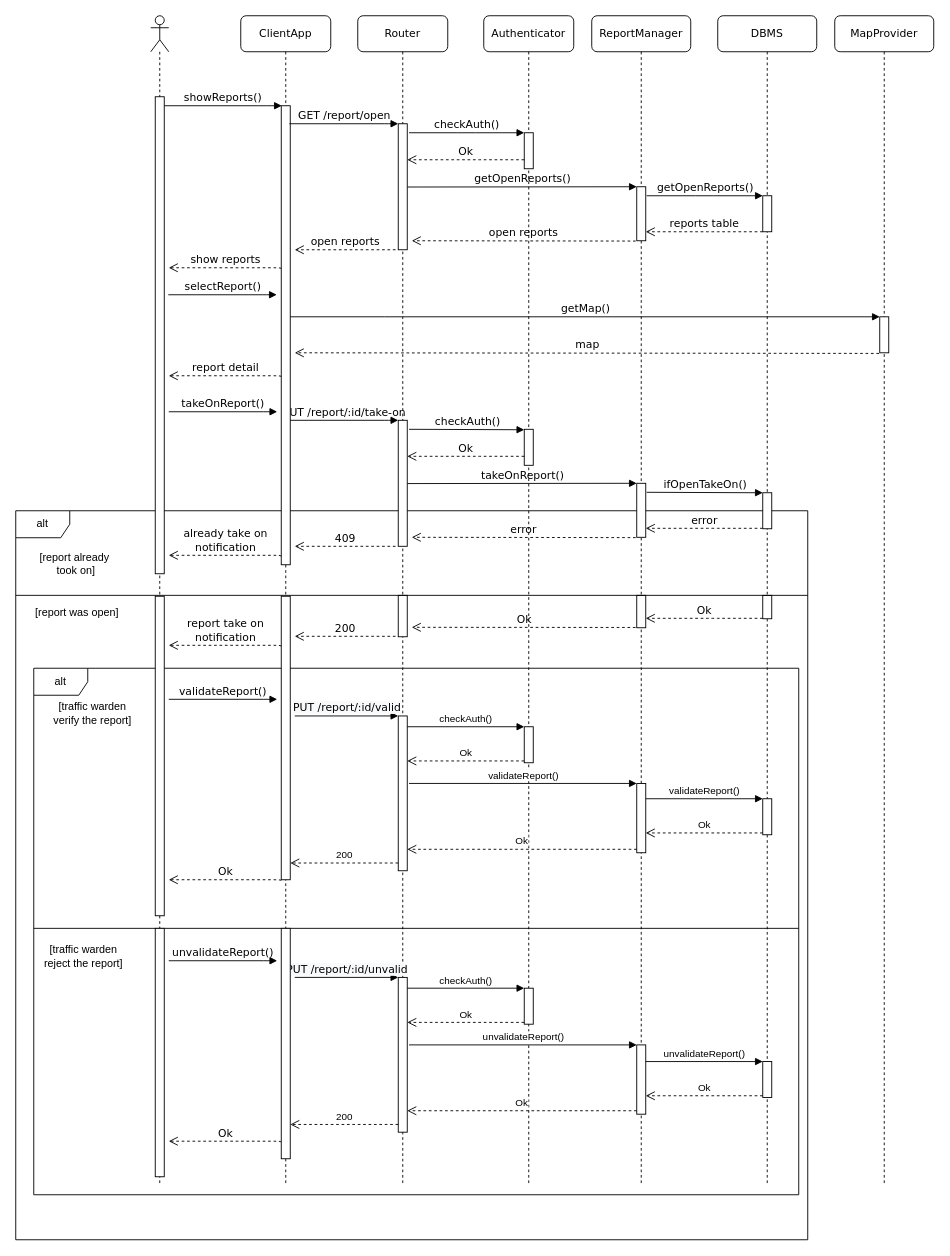
Earlier version of the draw.io diagram DD/diagrams/traffic-warden-report.drawio (f3d0ss/CazzolaDotti-se2). Source tidied: cells renumbered, new cells numbered last; positions are measured from the earlier drawing's top-left corner, leaving out a move shared by most shapes. Both pictures are drawn from the tidied source at 90%, with x=0, y=0 at pixel (15, 15).
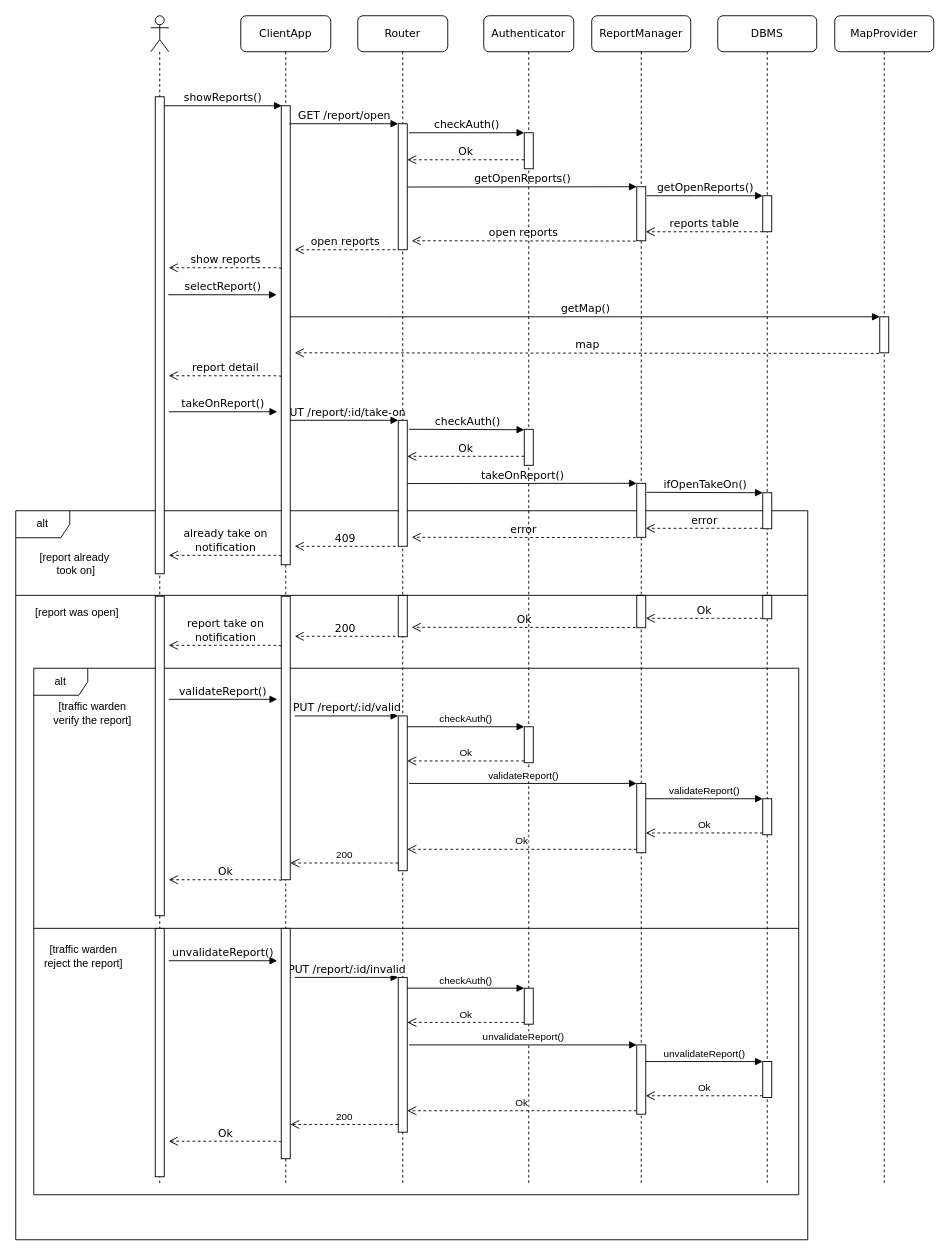
The same page after the edit.

The change refers to these unchanged cells:
```xml
<mxCell id="20" value="ReportManager" style="shape=umlLifeline;perimeter=lifelinePerimeter;whiteSpace=wrap;html=1;rounded=1;shadow=0;comic=0;labelBackgroundColor=none;strokeWidth=1;fontFamily=Verdana;fontSize=12;align=center;" parent="1" vertex="1">
  <mxGeometry x="640" width="110" height="1300" as="geometry" />
</mxCell>
<mxCell id="24" style="html=1;points=[];perimeter=orthogonalPerimeter;" parent="20" vertex="1">
  <mxGeometry x="-215" y="1068.5" width="10" height="172" as="geometry" />
</mxCell>
```

Change to the diagram source:
```diff
@@
-    <mxCell id="25" value="&lt;span style=&quot;font-family: &amp;#34;verdana&amp;#34; ; font-size: 12px ; background-color: rgb(248 , 249 , 250)&quot;&gt;PUT /report/:id/unvalid&lt;/span&gt;" style="html=1;verticalAlign=bottom;endArrow=block;entryX=0;entryY=0;" parent="20" edge="1" target="24">
+    <mxCell id="25" value="&lt;span style=&quot;font-family: &amp;#34;verdana&amp;#34; ; font-size: 12px ; background-color: rgb(248 , 249 , 250)&quot;&gt;PUT /report/:id/invalid&lt;/span&gt;" style="html=1;verticalAlign=bottom;endArrow=block;entryX=0;entryY=0;" parent="20" edge="1" target="24">
       <mxGeometry relative="1" as="geometry">
         <mxPoint x="-330" y="1068.5" as="sourcePoint" />
       </mxGeometry>
     </mxCell>
```
